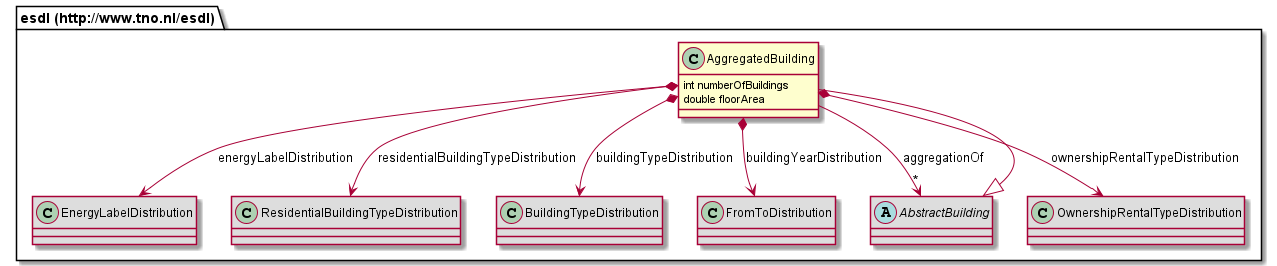
This is 687474703a2f2f7777772e746e6f2e6e6c2f6573646c/AggregatedBuilding.png from EnergyTransition/energytransition.github.io, a PlantUML export, as it was before one commit.
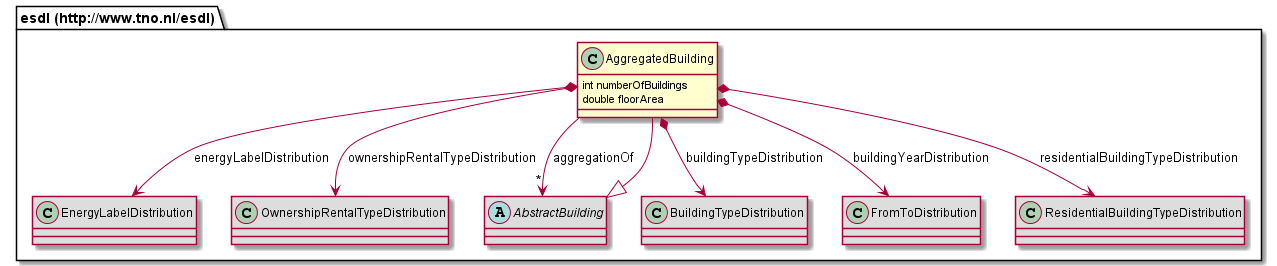
The same diagram one commit later.

The edit, as a diff of the source:
```diff
@@ -3,17 +3,17 @@
 	int numberOfBuildings
 	double floorArea
 }
+abstract class "esdl (http://www.tno.nl/esdl).AbstractBuilding" [[#router/doc-content/687474703a2f2f7777772e746e6f2e6e6c2f6573646c/AbstractBuilding.html{Describes the shared properties of building, building unit and aggregated building}]] #DDDDDD {
+}
 class "esdl (http://www.tno.nl/esdl).EnergyLabelDistribution" [[#router/doc-content/687474703a2f2f7777772e746e6f2e6e6c2f6573646c/EnergyLabelDistribution.html{Defines a distribution in terms of energy labels}]] #DDDDDD {
 }
-class "esdl (http://www.tno.nl/esdl).ResidentialBuildingTypeDistribution" [[#router/doc-content/687474703a2f2f7777772e746e6f2e6e6c2f6573646c/ResidentialBuildingTypeDistribution.html{Specifies the way the residential building type is distributed in this area (e.g. Vrijstaande Woning, Hoekwoning, Flatwoning), specifing the percentage of buildings per residential type.}]] #DDDDDD {
+class "esdl (http://www.tno.nl/esdl).OwnershipRentalTypeDistribution" [[#router/doc-content/687474703a2f2f7777772e746e6f2e6e6c2f6573646c/OwnershipRentalTypeDistribution.html{Specifies the way the housing type is distributed in this area (e.g. Owner occupied, Housing Association, Private Rental), specifing the percentage of buildings per housing type.}]] #DDDDDD {
 }
 class "esdl (http://www.tno.nl/esdl).BuildingTypeDistribution" [[#router/doc-content/687474703a2f2f7777772e746e6f2e6e6c2f6573646c/BuildingTypeDistribution.html{Specifies the way the building type is distributed in this area (e.g. Utility, Residential), specifing the percentage of buildings per type.}]] #DDDDDD {
 }
 class "esdl (http://www.tno.nl/esdl).FromToDistribution" [[#router/doc-content/687474703a2f2f7777772e746e6f2e6e6c2f6573646c/FromToDistribution.html{Defines a distribution in terms of ‘from’ and ‘to’}]] #DDDDDD {
 }
-abstract class "esdl (http://www.tno.nl/esdl).AbstractBuilding" [[#router/doc-content/687474703a2f2f7777772e746e6f2e6e6c2f6573646c/AbstractBuilding.html{Describes the shared properties of building, building unit and aggregated building}]] #DDDDDD {
-}
-class "esdl (http://www.tno.nl/esdl).OwnershipRentalTypeDistribution" [[#router/doc-content/687474703a2f2f7777772e746e6f2e6e6c2f6573646c/OwnershipRentalTypeDistribution.html{Specifies the way the housing type is distributed in this area (e.g. Owner occupied, Housing Association, Private Rental), specifing the percentage of buildings per housing type.}]] #DDDDDD {
+class "esdl (http://www.tno.nl/esdl).ResidentialBuildingTypeDistribution" [[#router/doc-content/687474703a2f2f7777772e746e6f2e6e6c2f6573646c/ResidentialBuildingTypeDistribution.html{Specifies the way the residential building type is distributed in this area (e.g. Vrijstaande Woning, Hoekwoning, Flatwoning), specifing the percentage of buildings per residential type.}]] #DDDDDD {
 }
 "esdl (http://www.tno.nl/esdl).AbstractBuilding" <|-- "esdl (http://www.tno.nl/esdl).AggregatedBuilding"
 "esdl (http://www.tno.nl/esdl).AggregatedBuilding" --> "*" "esdl (http://www.tno.nl/esdl).AbstractBuilding" : aggregationOf
```
